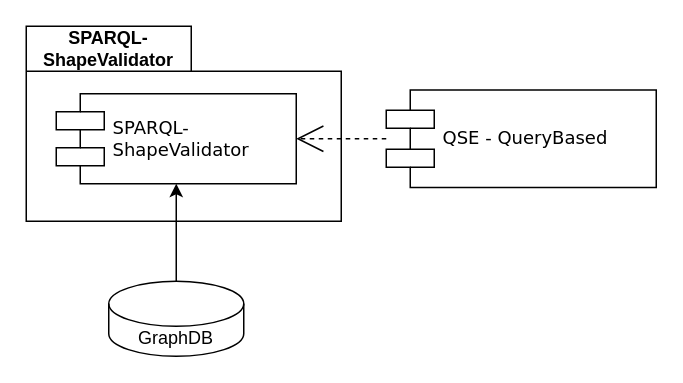
This is page "Seite-2" (2 of 2) of QseEvolvingKg/notes/Schreiben/Architecture.drawio from Eva0410/QseEvolvingKg, a draw.io file, before an edit. Source tidied: cells renumbered, new cells numbered last; positions are measured from the earlier drawing's top-left corner, leaving out a move shared by most shapes. Both pictures are drawn from the tidied source at 150%, with x=0, y=0 at pixel (26, 26).
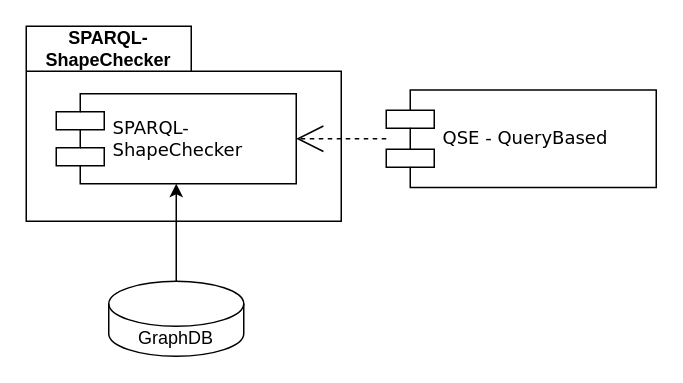
Above is the later version.

The edit, as a diff of the source:
```diff
@@
 <mxGraphModel>
   <root>
     <mxCell id="0" />
     <mxCell id="1" parent="0" />
     <mxCell id="2" value="QSE - QueryBased" style="shape=component;align=left;spacingLeft=36;rounded=0;shadow=0;comic=0;labelBackgroundColor=none;strokeWidth=1;fontFamily=Verdana;fontSize=12;html=1;" parent="1" vertex="1">
       <mxGeometry x="240" y="42.5" width="180" height="65" as="geometry" />
     </mxCell>
-    <mxCell id="3" value="SPARQL-ShapeValidator" style="shape=folder;fontStyle=1;tabWidth=110;tabHeight=30;tabPosition=left;html=1;boundedLbl=1;labelInHeader=1;whiteSpace=wrap;" parent="1" vertex="1">
+    <mxCell id="3" value="SPARQL-ShapeChecker" style="shape=folder;fontStyle=1;tabWidth=110;tabHeight=30;tabPosition=left;html=1;boundedLbl=1;labelInHeader=1;whiteSpace=wrap;" parent="1" vertex="1">
       <mxGeometry width="210" height="130" as="geometry" />
     </mxCell>
-    <mxCell id="4" value="SPARQL-&lt;div&gt;ShapeValidator&lt;/div&gt;" style="shape=component;align=left;spacingLeft=36;rounded=0;shadow=0;comic=0;labelBackgroundColor=none;strokeWidth=1;fontFamily=Verdana;fontSize=12;html=1;" parent="3" vertex="1">
+    <mxCell id="4" value="SPARQL-&lt;div&gt;ShapeChecker&lt;/div&gt;" style="shape=component;align=left;spacingLeft=36;rounded=0;shadow=0;comic=0;labelBackgroundColor=none;strokeWidth=1;fontFamily=Verdana;fontSize=12;html=1;" parent="3" vertex="1">
       <mxGeometry x="20" y="45" width="160" height="60" as="geometry" />
     </mxCell>
     <mxCell id="5" style="edgeStyle=none;rounded=0;html=1;dashed=1;labelBackgroundColor=none;startArrow=none;startFill=0;startSize=8;endArrow=open;endFill=0;endSize=16;fontFamily=Verdana;fontSize=12;entryX=1;entryY=0.5;entryDx=0;entryDy=0;" parent="1" edge="1" source="2" target="4">
       <mxGeometry relative="1" as="geometry" />
     </mxCell>
     <mxCell id="6" style="edgeStyle=orthogonalEdgeStyle;rounded=0;jettySize=auto;html=1;" parent="1" edge="1" source="7" target="4">
       <mxGeometry relative="1" as="geometry" />
     </mxCell>
     <mxCell id="7" value="GraphDB" style="shape=cylinder3;whiteSpace=wrap;html=1;boundedLbl=1;backgroundOutline=1;size=15;" parent="1" vertex="1">
       <mxGeometry x="55" y="170" width="90" height="50" as="geometry" />
     </mxCell>
   </root>
 </mxGraphModel>
```
